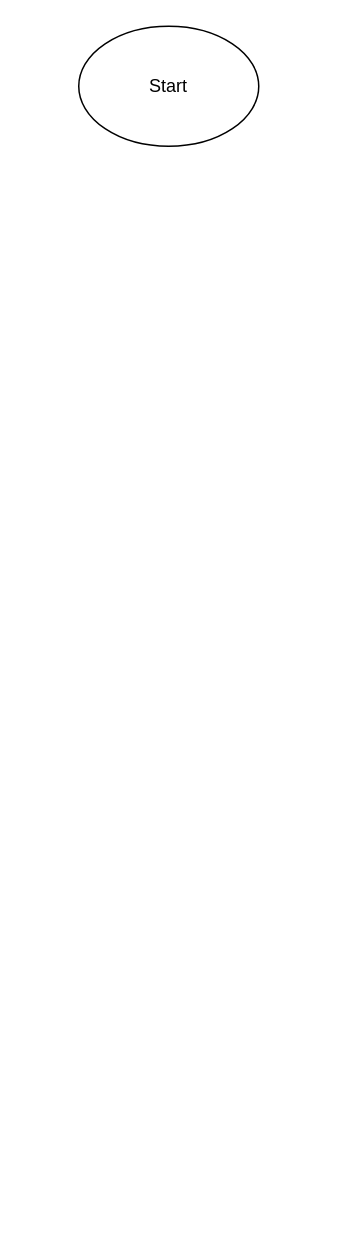
AnthonyLozadaAlexander/DiagramaDeFlujos keeps this draw.io diagram as SumaDeNumeros.drawio. Above is the earlier version. Source tidied: cells renumbered, new cells numbered last; positions are measured from the earlier drawing's top-left corner, leaving out a move shared by most shapes. Both pictures are drawn from the tidied source at 150%, with x=0, y=0 at pixel (78, 26).
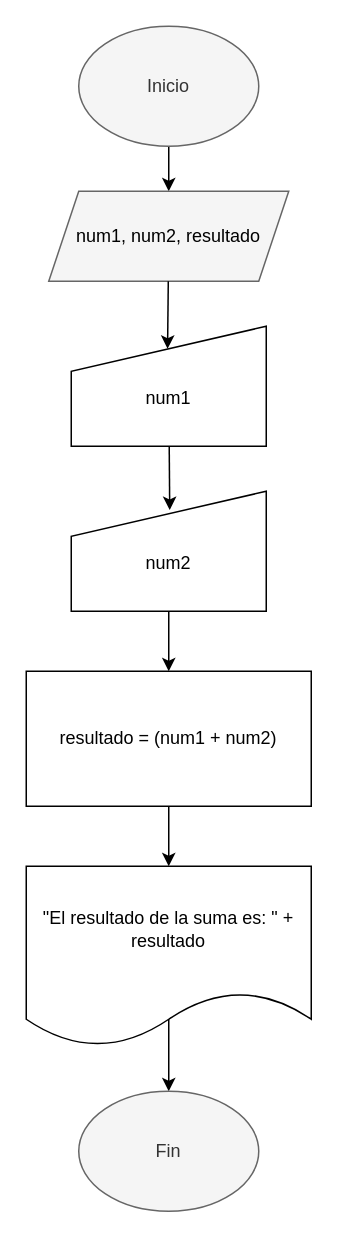
After the change.

Commit message:
Actualizar diagrama de flujo en SumaDeNumeros.drawio para incluir pasos detallados y mejorar la claridad visual

Change to the diagram source:
```diff
@@
 <mxGraphModel>
   <root>
     <mxCell id="0" />
     <mxCell id="1" parent="0" />
+    <mxCell id="3" style="edgeStyle=none;html=1;" parent="1" edge="1" source="2" target="4">
+      <mxGeometry relative="1" as="geometry" />
+    </mxCell>
-    <mxCell id="2" value="Start" style="ellipse;whiteSpace=wrap;html=1;" parent="1" vertex="1">
+    <mxCell id="2" value="Inicio" style="ellipse;whiteSpace=wrap;html=1;fillColor=light-dark(#F5F5F5,#FFFFFF);fontColor=light-dark(#333333,#000000);strokeColor=#666666;" parent="1" vertex="1">
       <mxGeometry width="120" height="80" as="geometry" />
     </mxCell>
+    <mxCell id="4" value="&lt;font style=&quot;color: light-dark(rgb(0, 0, 0), rgb(0, 0, 0));&quot;&gt;num1, num2, resultado&lt;/font&gt;" style="shape=parallelogram;perimeter=parallelogramPerimeter;whiteSpace=wrap;html=1;fixedSize=1;fillColor=light-dark(#F5F5F5,#FFFFFF);strokeColor=#666666;fontColor=light-dark(#333333,#000000);" parent="1" vertex="1">
+      <mxGeometry x="-20" y="110" width="160" height="60" as="geometry" />
+    </mxCell>
+    <mxCell id="5" value="&lt;div&gt;&lt;br&gt;&lt;/div&gt;num1" style="shape=manualInput;whiteSpace=wrap;html=1;fillColor=light-dark(#FFFFFF,#FFFFFF);fontColor=light-dark(#000000,#000000);" parent="1" vertex="1">
+      <mxGeometry x="-5" y="200" width="130" height="80" as="geometry" />
+    </mxCell>
+    <mxCell id="6" style="edgeStyle=none;html=1;entryX=0.494;entryY=0.188;entryDx=0;entryDy=0;entryPerimeter=0;" parent="1" edge="1" source="4" target="5">
+      <mxGeometry relative="1" as="geometry" />
+    </mxCell>
+    <mxCell id="7" style="edgeStyle=none;html=1;" parent="1" edge="1" source="8" target="11">
+      <mxGeometry relative="1" as="geometry" />
+    </mxCell>
+    <mxCell id="8" value="&lt;div&gt;&lt;br&gt;&lt;/div&gt;num2" style="shape=manualInput;whiteSpace=wrap;html=1;fillColor=light-dark(#FFFFFF,#FFFFFF);fontColor=light-dark(#000000,#000000);" parent="1" vertex="1">
+      <mxGeometry x="-5" y="310" width="130" height="80" as="geometry" />
+    </mxCell>
+    <mxCell id="9" style="edgeStyle=none;html=1;entryX=0.505;entryY=0.157;entryDx=0;entryDy=0;entryPerimeter=0;" parent="1" edge="1" source="5" target="8">
+      <mxGeometry relative="1" as="geometry" />
+    </mxCell>
+    <mxCell id="10" style="edgeStyle=none;html=1;" parent="1" edge="1" source="11">
+      <mxGeometry relative="1" as="geometry">
+        <mxPoint x="60" y="560" as="targetPoint" />
+      </mxGeometry>
+    </mxCell>
+    <mxCell id="11" value="resultado = (num1 + num2)" style="whiteSpace=wrap;html=1;fillColor=light-dark(#FFFFFF,#FFFFFF);fontColor=light-dark(#000000,#000000);" parent="1" vertex="1">
+      <mxGeometry x="-35" y="430" width="190" height="90" as="geometry" />
+    </mxCell>
+    <mxCell id="12" style="edgeStyle=none;html=1;" parent="1" edge="1">
+      <mxGeometry relative="1" as="geometry">
+        <mxPoint x="60" y="660" as="sourcePoint" />
+        <mxPoint x="60" y="710" as="targetPoint" />
+      </mxGeometry>
+    </mxCell>
+    <mxCell id="13" value="&lt;font style=&quot;color: light-dark(rgb(0, 0, 0), rgb(0, 0, 0));&quot;&gt;&quot;El resultado de la suma es: &quot; + resultado&lt;/font&gt;" style="shape=document;whiteSpace=wrap;html=1;boundedLbl=1;fillColor=light-dark(#FFFFFF,#FFFFFF);fontColor=light-dark(#000000,#000000);" parent="1" vertex="1">
+      <mxGeometry x="-35" y="560" width="190" height="120" as="geometry" />
+    </mxCell>
+    <mxCell id="14" value="Fin" style="ellipse;whiteSpace=wrap;html=1;fillColor=light-dark(#F5F5F5,#FFFFFF);fontColor=light-dark(#333333,#000000);strokeColor=#666666;" parent="1" vertex="1">
+      <mxGeometry y="710" width="120" height="80" as="geometry" />
+    </mxCell>
   </root>
 </mxGraphModel>
```
